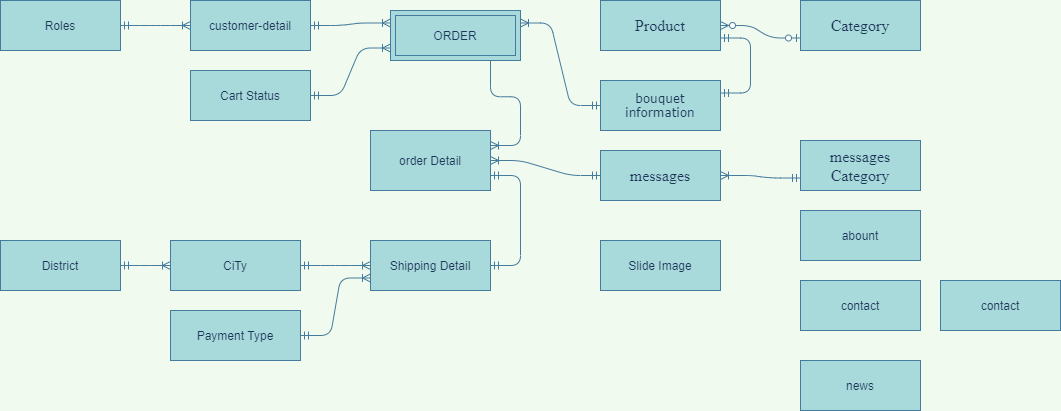
Above: Untitled Diagram.png in maialino123/Eproject-SEM3 (draw.io), before the change. Source tidied: cells renumbered, new cells last; positions are measured from the earlier drawing's top-left corner, leaving out a move shared by most shapes.
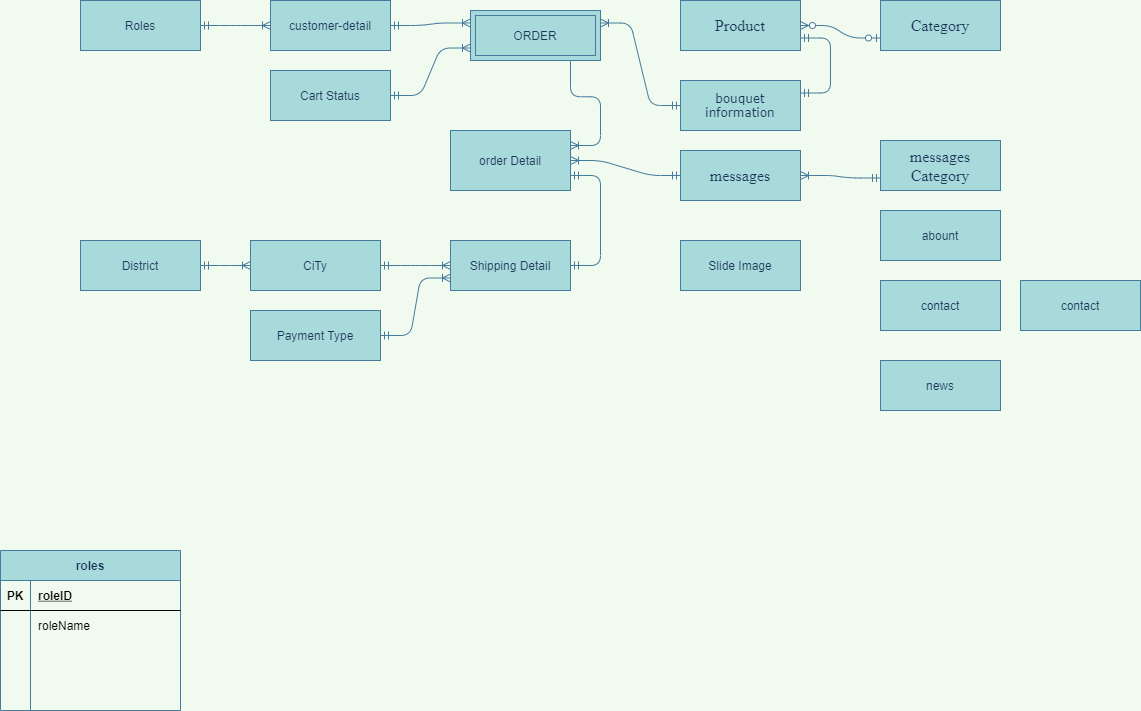
Above is the later version.

What changed in the source:
```diff
@@ -98,5 +98,44 @@
     <mxCell id="33" value="news" style="whiteSpace=wrap;html=1;align=center;rounded=0;sketch=0;fontColor=#1D3557;strokeColor=#457B9D;fillColor=#A8DADC;" parent="1" vertex="1">
       <mxGeometry x="800" y="360" width="120" height="50" as="geometry" />
     </mxCell>
+    <mxCell id="34" value="roles" style="shape=table;startSize=30;rowLines=0;fontStyle=1;align=center;rounded=0;sketch=0;fontColor=#1D3557;strokeColor=#457B9D;fillColor=#A8DADC;" parent="1" vertex="1">
+      <mxGeometry x="-80" y="550" width="180" height="160" as="geometry" />
+    </mxCell>
+    <mxCell id="35" style="shape=partialRectangle;fillColor=none;top=0;left=0;bottom=1;right=0;" parent="34" vertex="1">
+      <mxGeometry y="30" width="180" height="30" as="geometry" />
+    </mxCell>
+    <mxCell id="36" value="PK" style="shape=partialRectangle;fillColor=none;top=0;left=0;bottom=0;right=0;fontStyle=1;overflow=hidden;" parent="35" vertex="1">
+      <mxGeometry width="30" height="30" as="geometry" />
+    </mxCell>
+    <mxCell id="37" value="roleID" style="shape=partialRectangle;fillColor=none;top=0;left=0;bottom=0;right=0;align=left;spacingLeft=6;fontStyle=5;overflow=hidden;" parent="35" vertex="1">
+      <mxGeometry x="30" width="150" height="30" as="geometry" />
+    </mxCell>
+    <mxCell id="38" style="shape=partialRectangle;fillColor=none;top=0;left=0;bottom=0;right=0;" parent="34" vertex="1">
+      <mxGeometry y="60" width="180" height="30" as="geometry" />
+    </mxCell>
+    <mxCell id="39" style="shape=partialRectangle;fillColor=none;top=0;left=0;bottom=0;right=0;overflow=hidden;" parent="38" vertex="1">
+      <mxGeometry width="30" height="30" as="geometry" />
+    </mxCell>
+    <mxCell id="40" value="roleName" style="shape=partialRectangle;fillColor=none;top=0;left=0;bottom=0;right=0;align=left;spacingLeft=6;overflow=hidden;" parent="38" vertex="1">
+      <mxGeometry x="30" width="150" height="30" as="geometry" />
+    </mxCell>
+    <mxCell id="41" style="shape=partialRectangle;fillColor=none;top=0;left=0;bottom=0;right=0;" parent="34" vertex="1">
+      <mxGeometry y="90" width="180" height="30" as="geometry" />
+    </mxCell>
+    <mxCell id="42" style="shape=partialRectangle;fillColor=none;top=0;left=0;bottom=0;right=0;overflow=hidden;" parent="41" vertex="1">
+      <mxGeometry width="30" height="30" as="geometry" />
+    </mxCell>
+    <mxCell id="43" style="shape=partialRectangle;fillColor=none;top=0;left=0;bottom=0;right=0;align=left;spacingLeft=6;overflow=hidden;" parent="41" vertex="1">
+      <mxGeometry x="30" width="150" height="30" as="geometry" />
+    </mxCell>
+    <mxCell id="44" style="shape=partialRectangle;fillColor=none;top=0;left=0;bottom=0;right=0;" parent="34" vertex="1">
+      <mxGeometry y="120" width="180" height="30" as="geometry" />
+    </mxCell>
+    <mxCell id="45" style="shape=partialRectangle;fillColor=none;top=0;left=0;bottom=0;right=0;overflow=hidden;" parent="44" vertex="1">
+      <mxGeometry width="30" height="30" as="geometry" />
+    </mxCell>
+    <mxCell id="46" style="shape=partialRectangle;fillColor=none;top=0;left=0;bottom=0;right=0;align=left;spacingLeft=6;overflow=hidden;" parent="44" vertex="1">
+      <mxGeometry x="30" width="150" height="30" as="geometry" />
+    </mxCell>
   </root>
 </mxGraphModel>
```
